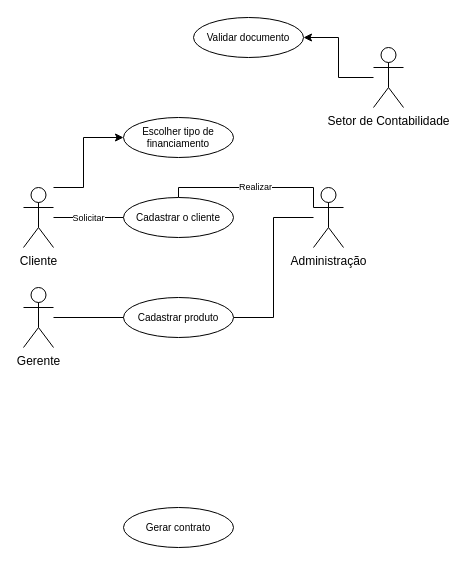
Above: Diagrama sem nome.drawio in SrilluminatiYT/Henrique (draw.io), before the change. Source tidied: cells renumbered, new cells numbered last; positions are measured from the earlier drawing's top-left corner, leaving out a move shared by most shapes. Both pictures are drawn from the tidied source at 100%, with x=0, y=0 at pixel (23, 17).
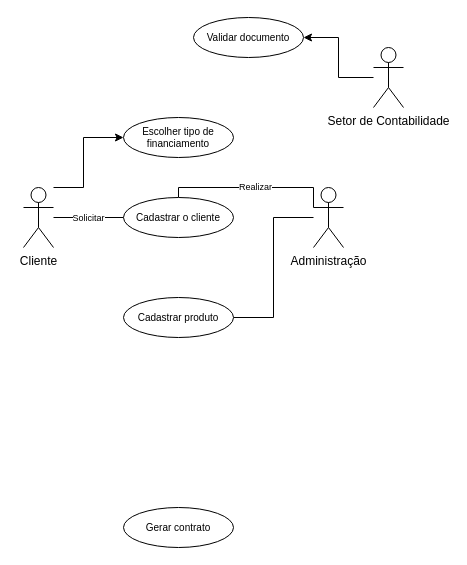
Above is the later version.

Commit message:
caso1-diagrama

Unchanged cells that the change refers to:
```xml
<mxCell id="11" value="Cadastrar produto" style="ellipse;whiteSpace=wrap;html=1;fontSize=10;" parent="1" vertex="1">
  <mxGeometry x="100" y="280" width="110" height="40" as="geometry" />
</mxCell>
```

What changed in the source:
```diff
@@
-    <mxCell id="13" style="edgeStyle=orthogonalEdgeStyle;rounded=0;jettySize=auto;html=1;endArrow=none;endFill=0;" parent="1" edge="1" source="14" target="11">
-      <mxGeometry relative="1" as="geometry" />
-    </mxCell>
-    <mxCell id="14" value="Gerente" style="shape=umlActor;verticalLabelPosition=bottom;verticalAlign=top;html=1;" parent="1" vertex="1">
-      <mxGeometry y="270" width="30" height="60" as="geometry" />
-    </mxCell>
```
